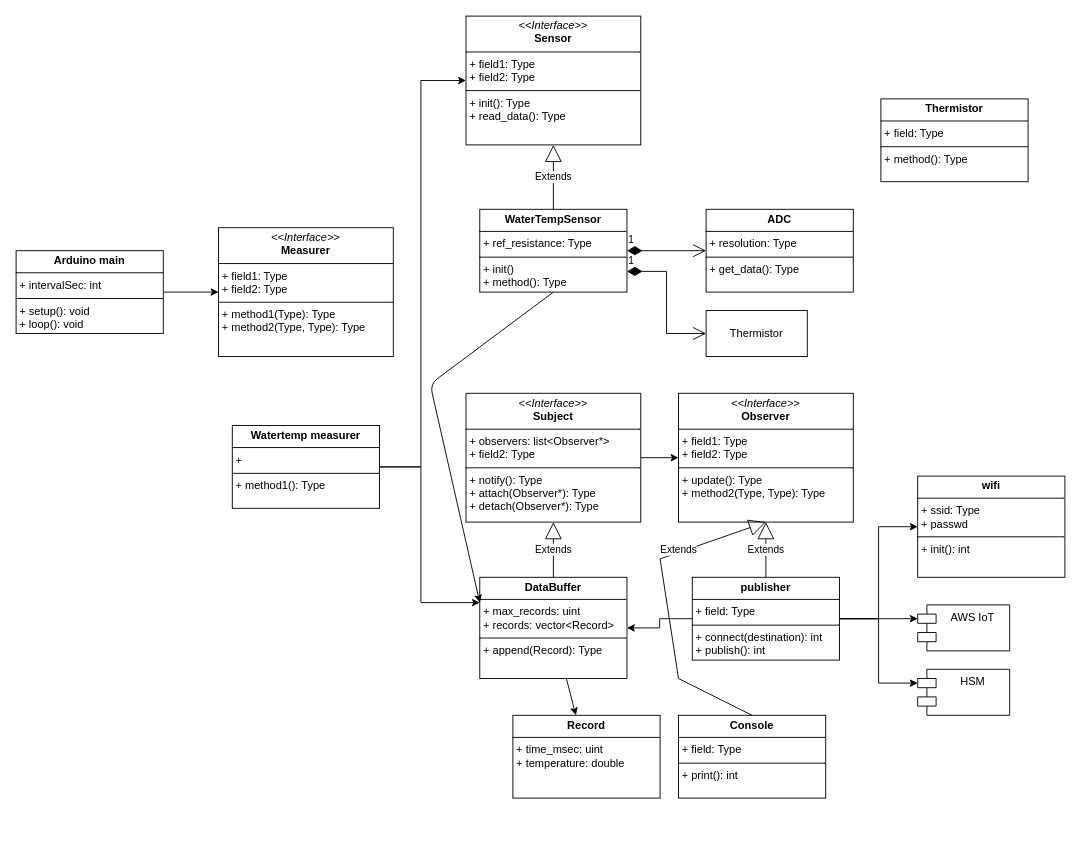
Earlier version of the draw.io diagram WaterTempMonitor_class.drawio (gok-x/WaterTempSensor_Arduino). Source tidied: cells renumbered, new cells numbered last; positions are measured from the earlier drawing's top-left corner, leaving out a move shared by most shapes. Both pictures are drawn from the tidied source at 92%, with x=0, y=0 at pixel (16, 16).
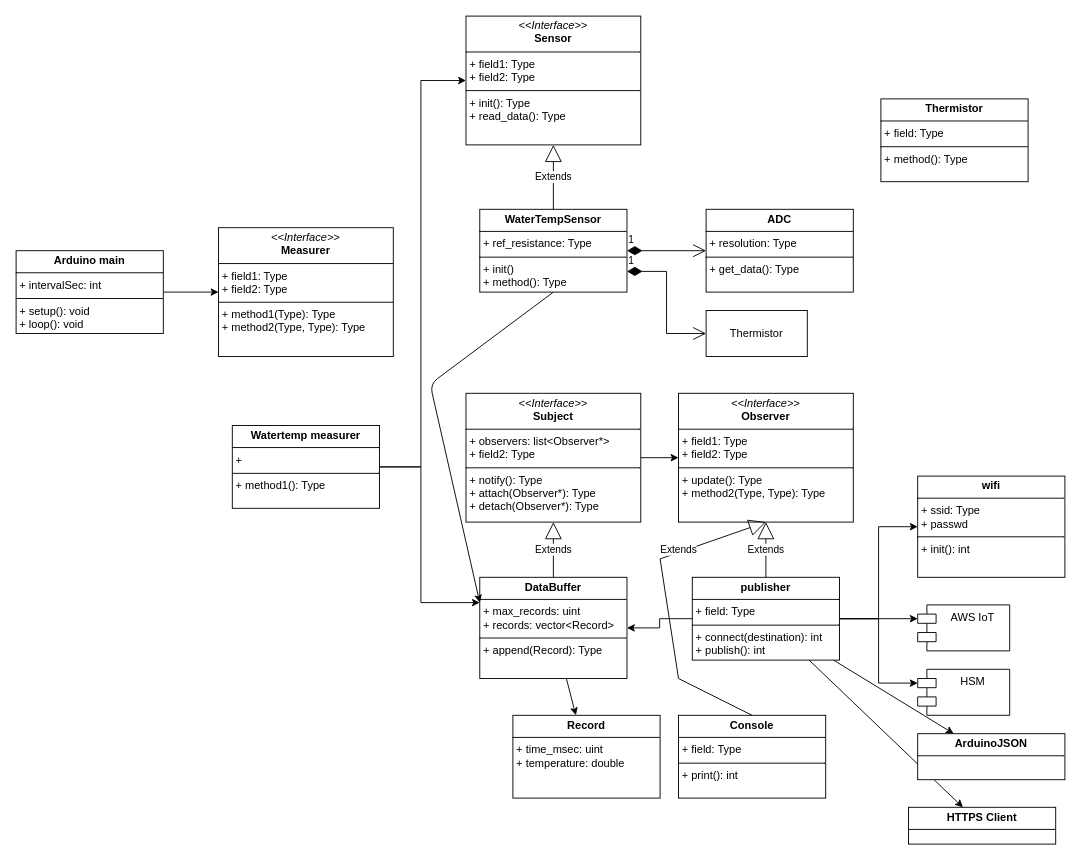
The same page after the edit.

Commit message (it also covers changes not shown here):
Implementing SSL_Client (need bugfix)

Unchanged cells that the change refers to:
```xml
<mxCell id="13" value="&lt;p style=&quot;margin:0px;margin-top:4px;text-align:center;&quot;&gt;&lt;b&gt;publisher&lt;/b&gt;&lt;/p&gt;&lt;hr size=&quot;1&quot; style=&quot;border-style:solid;&quot;&gt;&lt;p style=&quot;margin:0px;margin-left:4px;&quot;&gt;+ field: Type&lt;/p&gt;&lt;hr size=&quot;1&quot; style=&quot;border-style:solid;&quot;&gt;&lt;p style=&quot;margin:0px;margin-left:4px;&quot;&gt;+ connect(destination): int&lt;/p&gt;&lt;p style=&quot;margin:0px;margin-left:4px;&quot;&gt;+ publish(): int&lt;/p&gt;" style="verticalAlign=top;align=left;overflow=fill;html=1;whiteSpace=wrap;" parent="1" vertex="1">
  <mxGeometry x="735" y="610" width="160" height="90" as="geometry" />
</mxCell>
```

Diff of the diagram source:
```diff
@@
+    <mxCell id="35" style="edgeStyle=none;html=1;" parent="1" edge="1" source="13" target="37">
+      <mxGeometry relative="1" as="geometry" />
+    </mxCell>
+    <mxCell id="36" style="edgeStyle=none;html=1;" parent="1" edge="1" source="13" target="38">
+      <mxGeometry relative="1" as="geometry" />
+    </mxCell>
@@
+    <mxCell id="37" value="&lt;p style=&quot;margin:0px;margin-top:4px;text-align:center;&quot;&gt;&lt;b&gt;ArduinoJSON&lt;/b&gt;&lt;/p&gt;&lt;hr size=&quot;1&quot; style=&quot;border-style:solid;&quot;&gt;&lt;p style=&quot;margin:0px;margin-left:4px;&quot;&gt;&lt;br&gt;&lt;/p&gt;" style="verticalAlign=top;align=left;overflow=fill;html=1;whiteSpace=wrap;" parent="1" vertex="1">
+      <mxGeometry x="980" y="780" width="160" height="50" as="geometry" />
+    </mxCell>
+    <mxCell id="38" value="&lt;p style=&quot;margin:0px;margin-top:4px;text-align:center;&quot;&gt;&lt;b&gt;HTTPS Client&lt;/b&gt;&lt;/p&gt;&lt;hr size=&quot;1&quot; style=&quot;border-style:solid;&quot;&gt;&lt;p style=&quot;margin:0px;margin-left:4px;&quot;&gt;&lt;br&gt;&lt;/p&gt;&lt;hr size=&quot;1&quot; style=&quot;border-style:solid;&quot;&gt;&lt;p style=&quot;margin:0px;margin-left:4px;&quot;&gt;&lt;br&gt;&lt;/p&gt;" style="verticalAlign=top;align=left;overflow=fill;html=1;whiteSpace=wrap;" parent="1" vertex="1">
+      <mxGeometry x="970" y="860" width="160" height="40" as="geometry" />
+    </mxCell>
```
